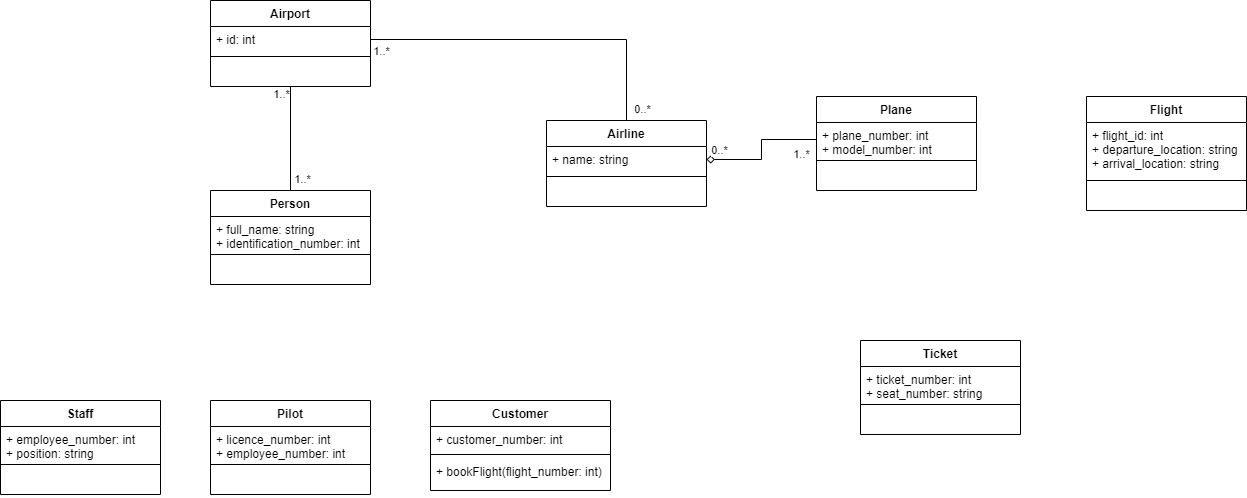
Above: UML Examples/North American Airports System/North American Airports System Class Diagram.png in smitbmx/Architecture-Diagrams (draw.io), before the change. Source tidied: cells renumbered, new cells last; positions are measured from the earlier drawing's top-left corner, leaving out a move shared by most shapes.
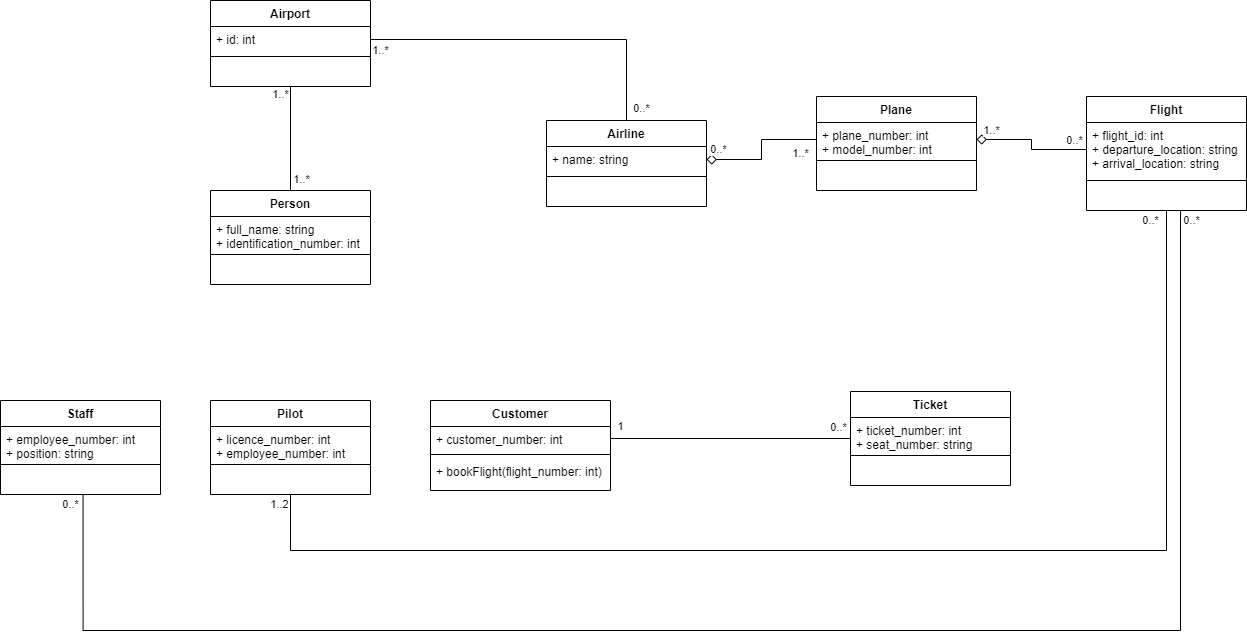
After the change.

What changed in the source:
```diff
@@ -38,6 +38,24 @@
     <mxCell id="13" value=" " style="text;strokeColor=none;fillColor=none;align=left;verticalAlign=top;spacingLeft=4;spacingRight=4;overflow=hidden;" parent="10" vertex="1">
       <mxGeometry y="68" width="160" height="26" as="geometry" />
     </mxCell>
+    <mxCell id="47" style="edgeStyle=orthogonalEdgeStyle;rounded=0;jettySize=auto;html=1;endArrow=none;endFill=0;entryX=0.5;entryY=1;entryDx=0;entryDy=0;" parent="1" edge="1" source="14" target="26">
+      <mxGeometry relative="1" as="geometry">
+        <Array as="points">
+          <mxPoint x="1166" y="550" />
+          <mxPoint x="290" y="550" />
+        </Array>
+      </mxGeometry>
+    </mxCell>
+    <mxCell id="48" value="0..*" style="edgeLabel;html=1;align=center;verticalAlign=middle;" parent="47" vertex="1">
+      <mxGeometry x="-0.98" y="-4" relative="1" as="geometry">
+        <mxPoint x="-12" as="offset" />
+      </mxGeometry>
+    </mxCell>
+    <mxCell id="49" value="1..2" style="edgeLabel;html=1;align=center;verticalAlign=middle;" parent="47" vertex="1">
+      <mxGeometry x="0.99" y="1" relative="1" as="geometry">
+        <mxPoint x="-10" y="5" as="offset" />
+      </mxGeometry>
+    </mxCell>
     <mxCell id="14" value="Flight" style="swimlane;fontStyle=1;align=center;verticalAlign=top;horizontal=1;startSize=26;" parent="1" vertex="1">
       <mxGeometry x="1086" y="96" width="160" height="114" as="geometry" />
     </mxCell>
@@ -50,8 +68,21 @@
     <mxCell id="17" value=" " style="text;strokeColor=none;fillColor=none;align=left;verticalAlign=top;spacingLeft=4;spacingRight=4;overflow=hidden;points=[[0,0.5],[1,0.5]];portConstraint=eastwest;" parent="14" vertex="1">
       <mxGeometry y="88" width="160" height="26" as="geometry" />
     </mxCell>
+    <mxCell id="50" style="edgeStyle=orthogonalEdgeStyle;rounded=0;jettySize=auto;html=1;entryX=1;entryY=0.5;entryDx=0;entryDy=0;endArrow=none;endFill=0;" parent="1" edge="1" source="18" target="31">
+      <mxGeometry relative="1" as="geometry" />
+    </mxCell>
+    <mxCell id="51" value="1" style="edgeLabel;html=1;align=center;verticalAlign=middle;" parent="50" vertex="1">
+      <mxGeometry x="0.92" relative="1" as="geometry">
+        <mxPoint y="-12" as="offset" />
+      </mxGeometry>
+    </mxCell>
+    <mxCell id="52" value="0..*" style="edgeLabel;html=1;align=center;verticalAlign=middle;" parent="50" vertex="1">
+      <mxGeometry x="-0.9" y="-2" relative="1" as="geometry">
+        <mxPoint x="-1" y="-9" as="offset" />
+      </mxGeometry>
+    </mxCell>
     <mxCell id="18" value="Ticket" style="swimlane;fontStyle=1;align=center;verticalAlign=top;horizontal=1;startSize=26;" parent="1" vertex="1">
-      <mxGeometry x="860" y="340" width="160" height="94" as="geometry" />
+      <mxGeometry x="850" y="391" width="160" height="94" as="geometry" />
     </mxCell>
     <mxCell id="19" value="+ ticket_number: int&#10;+ seat_number: string" style="text;strokeColor=none;fillColor=none;align=left;verticalAlign=top;spacingLeft=4;spacingRight=4;overflow=hidden;" parent="18" vertex="1">
       <mxGeometry y="26" width="160" height="34" as="geometry" />
@@ -134,7 +165,7 @@
         <mxPoint x="1" y="-2" as="offset" />
       </mxGeometry>
     </mxCell>
-    <mxCell id="44" style="endArrow=none;html=1;entryX=0;entryY=0.5;entryDx=0;entryDy=0;exitX=1;exitY=0.5;exitDx=0;exitDy=0;edgeStyle=orthogonalEdgeStyle;rounded=0;startArrow=diamond;startFill=0;strokeWidth=1;" parent="1" edge="1" source="7" target="11">
+    <mxCell id="44" style="endArrow=none;html=1;entryX=0;entryY=0.5;entryDx=0;entryDy=0;exitX=1;exitY=0.5;exitDx=0;exitDy=0;edgeStyle=orthogonalEdgeStyle;rounded=0;startArrow=diamond;startFill=0;strokeWidth=1;endSize=8;startSize=8;" parent="1" edge="1" source="7" target="11">
       <mxGeometry relative="1" as="geometry" />
     </mxCell>
     <mxCell id="45" value="0..*" style="edgeLabel;html=1;align=center;verticalAlign=middle;" parent="44" vertex="1">
@@ -145,5 +176,37 @@
     <mxCell id="46" value="1..*" style="edgeLabel;html=1;align=center;verticalAlign=middle;" parent="1" vertex="1">
       <mxGeometry x="800" y="153" as="geometry" />
     </mxCell>
+    <mxCell id="53" style="edgeStyle=orthogonalEdgeStyle;rounded=0;jettySize=auto;html=1;entryX=0.516;entryY=1.015;entryDx=0;entryDy=0;entryPerimeter=0;endArrow=none;endFill=0;exitX=0.619;exitY=1;exitDx=0;exitDy=0;exitPerimeter=0;" parent="1" edge="1" source="17" target="37">
+      <mxGeometry relative="1" as="geometry">
+        <Array as="points">
+          <mxPoint x="1180" y="210" />
+          <mxPoint x="1180" y="630" />
+          <mxPoint x="83" y="630" />
+        </Array>
+      </mxGeometry>
+    </mxCell>
+    <mxCell id="54" value="0..*" style="edgeLabel;html=1;align=center;verticalAlign=middle;" parent="53" vertex="1">
+      <mxGeometry x="0.99" y="-1" relative="1" as="geometry">
+        <mxPoint x="-14" as="offset" />
+      </mxGeometry>
+    </mxCell>
+    <mxCell id="55" value="0..*" style="edgeLabel;html=1;align=center;verticalAlign=middle;" parent="1" vertex="1">
+      <mxGeometry x="1160" y="232" as="geometry">
+        <mxPoint x="31" y="-12" as="offset" />
+      </mxGeometry>
+    </mxCell>
+    <mxCell id="56" style="edgeStyle=orthogonalEdgeStyle;rounded=0;jettySize=auto;html=1;entryX=1;entryY=0.5;entryDx=0;entryDy=0;endArrow=diamond;endFill=0;startSize=8;endSize=8;" parent="1" edge="1" source="15" target="11">
+      <mxGeometry relative="1" as="geometry" />
+    </mxCell>
+    <mxCell id="57" value="1..*" style="edgeLabel;html=1;align=center;verticalAlign=middle;" parent="56" vertex="1">
+      <mxGeometry x="0.75" relative="1" as="geometry">
+        <mxPoint y="-9" as="offset" />
+      </mxGeometry>
+    </mxCell>
+    <mxCell id="58" value="0..*" style="edgeLabel;html=1;align=center;verticalAlign=middle;" parent="56" vertex="1">
+      <mxGeometry x="-0.86" y="1" relative="1" as="geometry">
+        <mxPoint x="-4" y="-10" as="offset" />
+      </mxGeometry>
+    </mxCell>
   </root>
 </mxGraphModel>
```
